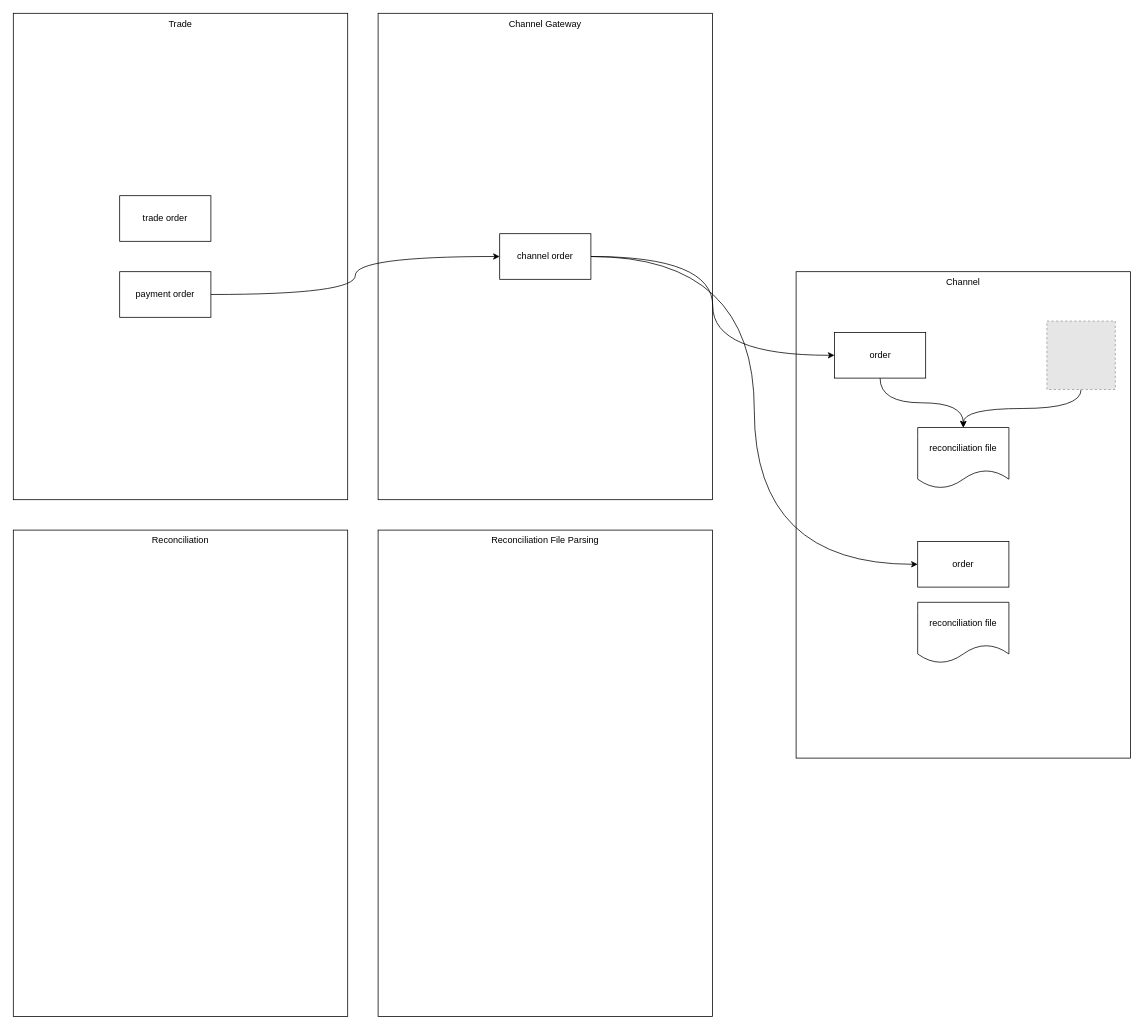
This is reconciliation solution.drawio from catface996/images, a draw.io file, before an edit. Source tidied: cells renumbered, new cells numbered last; positions are measured from the earlier drawing's top-left corner, leaving out a move shared by most shapes. Both pictures are drawn from the tidied source at 76%, with x=0, y=0 at pixel (13, 13). Pictures stored in the file or linked from it are replaced by grey dashed boxes.
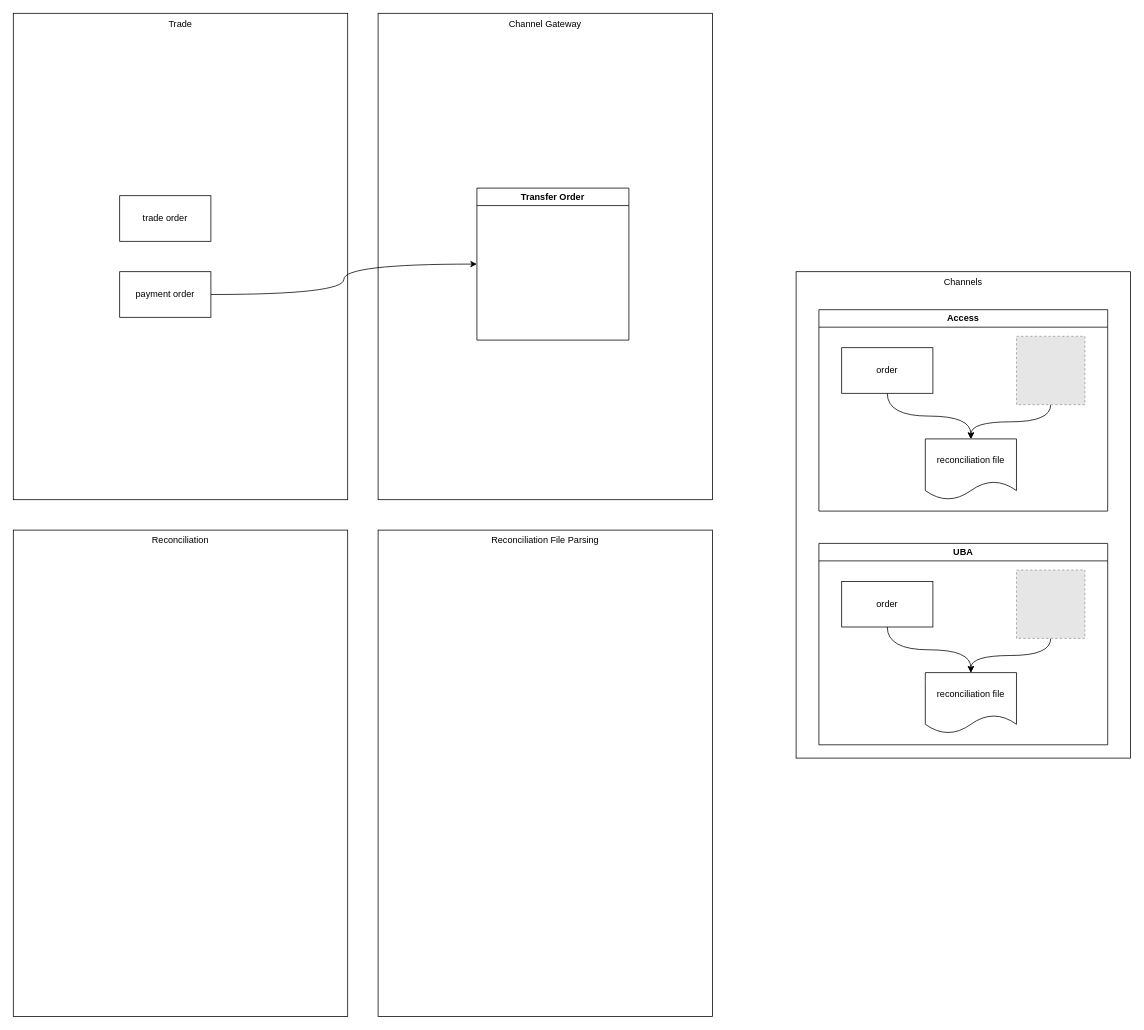
After the change.

Unchanged cells that the change refers to:
```xml
<mxCell id="7" value="payment order" style="rounded=0;whiteSpace=wrap;html=1;" parent="1" vertex="1">
  <mxGeometry x="140" y="340" width="120" height="60" as="geometry" />
</mxCell>
```

What changed in the source:
```diff
@@
-    <mxCell id="4" value="Channel" style="rounded=0;whiteSpace=wrap;html=1;align=center;verticalAlign=top;" parent="1" vertex="1">
+    <mxCell id="4" value="Channels" style="rounded=0;whiteSpace=wrap;html=1;align=center;verticalAlign=top;" parent="1" vertex="1">
       <mxGeometry x="1030" y="340" width="440" height="640" as="geometry" />
     </mxCell>
@@
-    <mxCell id="6" style="edgeStyle=orthogonalEdgeStyle;rounded=0;jettySize=auto;html=1;entryX=0;entryY=0.5;entryDx=0;entryDy=0;curved=1;" parent="1" edge="1" source="7" target="10">
+    <mxCell id="6" style="edgeStyle=orthogonalEdgeStyle;rounded=0;jettySize=auto;html=1;entryX=0;entryY=0.5;entryDx=0;entryDy=0;curved=1;" parent="1" edge="1" source="7" target="20">
       <mxGeometry relative="1" as="geometry" />
     </mxCell>
@@
-    <mxCell id="8" style="edgeStyle=orthogonalEdgeStyle;rounded=0;jettySize=auto;html=1;entryX=0;entryY=0.5;entryDx=0;entryDy=0;curved=1;" parent="1" edge="1" source="10" target="12">
-      <mxGeometry relative="1" as="geometry" />
-    </mxCell>
-    <mxCell id="9" style="edgeStyle=orthogonalEdgeStyle;rounded=0;jettySize=auto;html=1;entryX=0;entryY=0.5;entryDx=0;entryDy=0;curved=1;" parent="1" edge="1" source="10" target="15">
-      <mxGeometry relative="1" as="geometry" />
-    </mxCell>
-    <mxCell id="10" value="channel order" style="rounded=0;whiteSpace=wrap;html=1;" parent="1" vertex="1">
-      <mxGeometry x="640" y="290" width="120" height="60" as="geometry" />
-    </mxCell>
-    <mxCell id="11" value="reconciliation file" style="shape=document;whiteSpace=wrap;html=1;boundedLbl=1;" parent="1" vertex="1">
-      <mxGeometry x="1190" y="775" width="120" height="80" as="geometry" />
-    </mxCell>
-    <mxCell id="12" value="order" style="rounded=0;whiteSpace=wrap;html=1;" parent="1" vertex="1">
-      <mxGeometry x="1190" y="695" width="120" height="60" as="geometry" />
-    </mxCell>
-    <mxCell id="13" value="reconciliation file" style="shape=document;whiteSpace=wrap;html=1;boundedLbl=1;" parent="1" vertex="1">
-      <mxGeometry x="1190" y="545" width="120" height="80" as="geometry" />
-    </mxCell>
-    <mxCell id="14" style="edgeStyle=orthogonalEdgeStyle;rounded=0;jettySize=auto;html=1;entryX=0.5;entryY=0;entryDx=0;entryDy=0;curved=1;" parent="1" edge="1" source="15" target="13">
-      <mxGeometry relative="1" as="geometry" />
-    </mxCell>
-    <mxCell id="15" value="order" style="rounded=0;whiteSpace=wrap;html=1;" parent="1" vertex="1">
-      <mxGeometry x="1080.5" y="420" width="120" height="60" as="geometry" />
-    </mxCell>
@@
-    <mxCell id="18" style="edgeStyle=orthogonalEdgeStyle;rounded=0;jettySize=auto;html=1;entryX=0.5;entryY=0;entryDx=0;entryDy=0;curved=1;exitX=0.5;exitY=1;exitDx=0;exitDy=0;" parent="1" edge="1" source="19" target="13">
-      <mxGeometry relative="1" as="geometry" />
-    </mxCell>
-    <mxCell id="19" style="fillColor=#E6E6E6;strokeColor=#999999;dashed=1;html=1;verticalAlign=top;verticalLabelPosition=bottom;labelBackgroundColor=#ffffff;" parent="1" vertex="1">
-      <mxGeometry x="1360" y="405" width="90" height="90" as="geometry" />
-    </mxCell>
+    <mxCell id="20" value="Transfer Order" style="swimlane;whiteSpace=wrap;html=1;" parent="1" vertex="1">
+      <mxGeometry x="610" y="230" width="200" height="200" as="geometry" />
+    </mxCell>
+    <mxCell id="21" value="Access" style="swimlane;whiteSpace=wrap;html=1;" parent="1" vertex="1">
+      <mxGeometry x="1060" y="390" width="380" height="265" as="geometry" />
+    </mxCell>
+    <mxCell id="22" value="reconciliation file" style="shape=document;whiteSpace=wrap;html=1;boundedLbl=1;" parent="21" vertex="1">
+      <mxGeometry x="140" y="170" width="120" height="80" as="geometry" />
+    </mxCell>
+    <mxCell id="23" style="edgeStyle=orthogonalEdgeStyle;rounded=0;jettySize=auto;html=1;entryX=0.5;entryY=0;entryDx=0;entryDy=0;curved=1;" parent="21" edge="1" source="24" target="22">
+      <mxGeometry relative="1" as="geometry" />
+    </mxCell>
+    <mxCell id="24" value="order" style="rounded=0;whiteSpace=wrap;html=1;" parent="21" vertex="1">
+      <mxGeometry x="30" y="50" width="120" height="60" as="geometry" />
+    </mxCell>
+    <mxCell id="25" style="edgeStyle=orthogonalEdgeStyle;rounded=0;jettySize=auto;html=1;entryX=0.5;entryY=0;entryDx=0;entryDy=0;curved=1;exitX=0.5;exitY=1;exitDx=0;exitDy=0;" parent="21" edge="1" source="26" target="22">
+      <mxGeometry relative="1" as="geometry" />
+    </mxCell>
+    <mxCell id="26" style="fillColor=#E6E6E6;strokeColor=#999999;dashed=1;html=1;verticalAlign=top;verticalLabelPosition=bottom;labelBackgroundColor=#ffffff;" parent="21" vertex="1">
+      <mxGeometry x="260" y="35" width="90" height="90" as="geometry" />
+    </mxCell>
+    <mxCell id="27" value="UBA" style="swimlane;whiteSpace=wrap;html=1;" parent="1" vertex="1">
+      <mxGeometry x="1060" y="697.5" width="380" height="265" as="geometry" />
+    </mxCell>
+    <mxCell id="28" value="reconciliation file" style="shape=document;whiteSpace=wrap;html=1;boundedLbl=1;" parent="27" vertex="1">
+      <mxGeometry x="140" y="170" width="120" height="80" as="geometry" />
+    </mxCell>
+    <mxCell id="29" style="edgeStyle=orthogonalEdgeStyle;rounded=0;jettySize=auto;html=1;entryX=0.5;entryY=0;entryDx=0;entryDy=0;curved=1;" parent="27" edge="1" source="30" target="28">
+      <mxGeometry relative="1" as="geometry" />
+    </mxCell>
+    <mxCell id="30" value="order" style="rounded=0;whiteSpace=wrap;html=1;" parent="27" vertex="1">
+      <mxGeometry x="30" y="50" width="120" height="60" as="geometry" />
+    </mxCell>
+    <mxCell id="31" style="edgeStyle=orthogonalEdgeStyle;rounded=0;jettySize=auto;html=1;entryX=0.5;entryY=0;entryDx=0;entryDy=0;curved=1;exitX=0.5;exitY=1;exitDx=0;exitDy=0;" parent="27" edge="1" source="32" target="28">
+      <mxGeometry relative="1" as="geometry" />
+    </mxCell>
+    <mxCell id="32" style="fillColor=#E6E6E6;strokeColor=#999999;dashed=1;html=1;verticalAlign=top;verticalLabelPosition=bottom;labelBackgroundColor=#ffffff;" parent="27" vertex="1">
+      <mxGeometry x="260" y="35" width="90" height="90" as="geometry" />
+    </mxCell>
```
